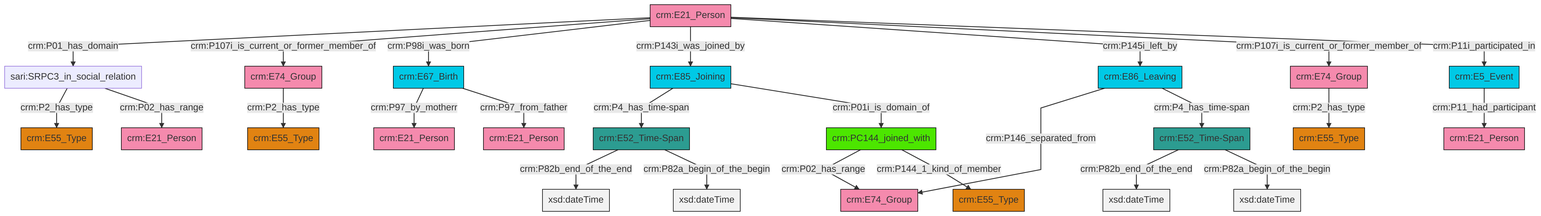
swiss-art-research-net/reference-data-models keeps this Mermaid diagram as et/personCSV/ttl/mmd/png/Person_Actor_Relations.png. Above is the earlier version. Its source is kept beside it as et/personCSV/ttl/mmd/Person_Actor_Relations.ttl.mmd.
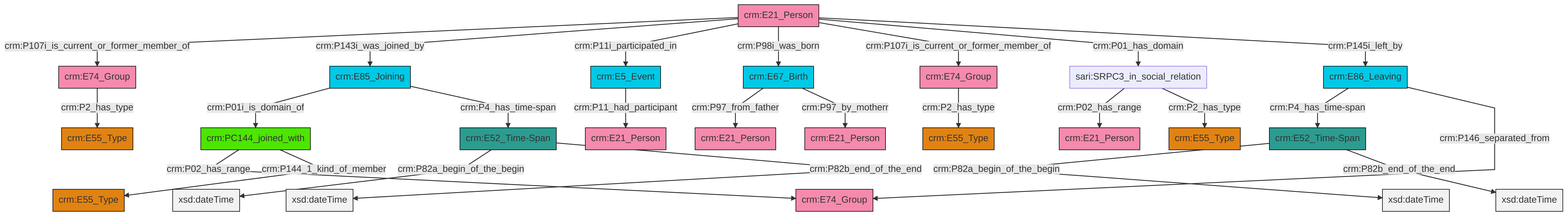
Later version of the same file.

Diff of the diagram source:
```diff
@@ -13,27 +13,27 @@
 classDef PC_Classes fill:#4ce600, stroke:#000000;
 classDef Multi fill:#cccccc,stroke:#000000;
 
-4["crm:E21_Person"]:::Actor -->|crm:P01_has_domain| 5["sari:SRPC3_in_social_relation"]:::Default
-6["crm:E52_Time-Span"]:::Time-Span -->|crm:P82b_end_of_the_end| 7[xsd:dateTime]:::Literal
-8["crm:E67_Birth"]:::Temporal_Entity -->|crm:P97_by_motherr| 9["crm:E21_Person"]:::Actor
-10["crm:E74_Group"]:::Actor -->|crm:P2_has_type| 11["crm:E55_Type"]:::Type
-4["crm:E21_Person"]:::Actor -->|crm:P107i_is_current_or_former_member_of| 12["crm:E74_Group"]:::Actor
-13["crm:E85_Joining"]:::Temporal_Entity -->|crm:P4_has_time-span| 6["crm:E52_Time-Span"]:::Time-Span
-5["sari:SRPC3_in_social_relation"]:::Default -->|crm:P2_has_type| 14["crm:E55_Type"]:::Type
-13["crm:E85_Joining"]:::Temporal_Entity -->|crm:P01i_is_domain_of| 18["crm:PC144_joined_with"]:::PC_Classes
-20["crm:E52_Time-Span"]:::Time-Span -->|crm:P82b_end_of_the_end| 21[xsd:dateTime]:::Literal
-2["crm:E86_Leaving"]:::Temporal_Entity -->|crm:P146_separated_from| 22["crm:E74_Group"]:::Actor
-5["sari:SRPC3_in_social_relation"]:::Default -->|crm:P02_has_range| 24["crm:E21_Person"]:::Actor
-20["crm:E52_Time-Span"]:::Time-Span -->|crm:P82a_begin_of_the_begin| 30[xsd:dateTime]:::Literal
-6["crm:E52_Time-Span"]:::Time-Span -->|crm:P82a_begin_of_the_begin| 32[xsd:dateTime]:::Literal
-18["crm:PC144_joined_with"]:::PC_Classes -->|crm:P02_has_range| 22["crm:E74_Group"]:::Actor
-18["crm:PC144_joined_with"]:::PC_Classes -->|crm:P144_1_kind_of_member| 26["crm:E55_Type"]:::Type
-4["crm:E21_Person"]:::Actor -->|crm:P98i_was_born| 8["crm:E67_Birth"]:::Temporal_Entity
-4["crm:E21_Person"]:::Actor -->|crm:P143i_was_joined_by| 13["crm:E85_Joining"]:::Temporal_Entity
-33["crm:E5_Event"]:::Temporal_Entity -->|crm:P11_had_participant| 0["crm:E21_Person"]:::Actor
-4["crm:E21_Person"]:::Actor -->|crm:P145i_left_by| 2["crm:E86_Leaving"]:::Temporal_Entity
-2["crm:E86_Leaving"]:::Temporal_Entity -->|crm:P4_has_time-span| 20["crm:E52_Time-Span"]:::Time-Span
-4["crm:E21_Person"]:::Actor -->|crm:P107i_is_current_or_former_member_of| 10["crm:E74_Group"]:::Actor
-8["crm:E67_Birth"]:::Temporal_Entity -->|crm:P97_from_father| 41["crm:E21_Person"]:::Actor
-12["crm:E74_Group"]:::Actor -->|crm:P2_has_type| 15["crm:E55_Type"]:::Type
-4["crm:E21_Person"]:::Actor -->|crm:P11i_participated_in| 33["crm:E5_Event"]:::Temporal_Entity
+2["crm:E52_Time-Span"]:::Time-Span -->|crm:P82a_begin_of_the_begin| 3[xsd:dateTime]:::Literal
+2["crm:E52_Time-Span"]:::Time-Span -->|crm:P82b_end_of_the_end| 4[xsd:dateTime]:::Literal
+7["crm:E21_Person"]:::Actor -->|crm:P107i_is_current_or_former_member_of| 5["crm:E74_Group"]:::Actor
+7["crm:E21_Person"]:::Actor -->|crm:P143i_was_joined_by| 10["crm:E85_Joining"]:::Temporal_Entity
+7["crm:E21_Person"]:::Actor -->|crm:P11i_participated_in| 0["crm:E5_Event"]:::Temporal_Entity
+7["crm:E21_Person"]:::Actor -->|crm:P98i_was_born| 14["crm:E67_Birth"]:::Temporal_Entity
+14["crm:E67_Birth"]:::Temporal_Entity -->|crm:P97_from_father| 21["crm:E21_Person"]:::Actor
+7["crm:E21_Person"]:::Actor -->|crm:P107i_is_current_or_former_member_of| 16["crm:E74_Group"]:::Actor
+22["crm:E52_Time-Span"]:::Time-Span -->|crm:P82a_begin_of_the_begin| 30[xsd:dateTime]:::Literal
+10["crm:E85_Joining"]:::Temporal_Entity -->|crm:P01i_is_domain_of| 31["crm:PC144_joined_with"]:::PC_Classes
+5["crm:E74_Group"]:::Actor -->|crm:P2_has_type| 8["crm:E55_Type"]:::Type
+32["crm:E86_Leaving"]:::Temporal_Entity -->|crm:P4_has_time-span| 22["crm:E52_Time-Span"]:::Time-Span
+22["crm:E52_Time-Span"]:::Time-Span -->|crm:P82b_end_of_the_end| 33[xsd:dateTime]:::Literal
+31["crm:PC144_joined_with"]:::PC_Classes -->|crm:P02_has_range| 28["crm:E74_Group"]:::Actor
+31["crm:PC144_joined_with"]:::PC_Classes -->|crm:P144_1_kind_of_member| 26["crm:E55_Type"]:::Type
+10["crm:E85_Joining"]:::Temporal_Entity -->|crm:P4_has_time-span| 2["crm:E52_Time-Span"]:::Time-Span
+32["crm:E86_Leaving"]:::Temporal_Entity -->|crm:P146_separated_from| 28["crm:E74_Group"]:::Actor
+7["crm:E21_Person"]:::Actor -->|crm:P01_has_domain| 37["sari:SRPC3_in_social_relation"]:::Default
+16["crm:E74_Group"]:::Actor -->|crm:P2_has_type| 35["crm:E55_Type"]:::Type
+14["crm:E67_Birth"]:::Temporal_Entity -->|crm:P97_by_motherr| 24["crm:E21_Person"]:::Actor
+7["crm:E21_Person"]:::Actor -->|crm:P145i_left_by| 32["crm:E86_Leaving"]:::Temporal_Entity
+0["crm:E5_Event"]:::Temporal_Entity -->|crm:P11_had_participant| 18["crm:E21_Person"]:::Actor
+37["sari:SRPC3_in_social_relation"]:::Default -->|crm:P02_has_range| 11["crm:E21_Person"]:::Actor
+37["sari:SRPC3_in_social_relation"]:::Default -->|crm:P2_has_type| 42["crm:E55_Type"]:::Type
```
